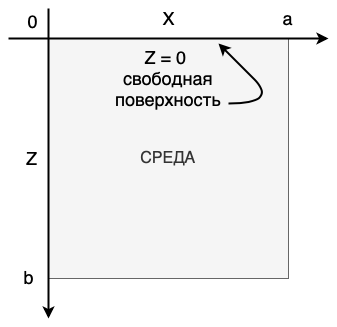
sadads1337/fft keeps this draw.io diagram as tex/img/env.png. Above is the earlier version. Source tidied: cells renumbered, new cells last; positions are measured from the earlier drawing's top-left corner, leaving out a move shared by most shapes. Its diagram source:
```xml
<mxGraphModel>
  <root>
    <mxCell id="0" />
    <mxCell id="1" parent="0" />
    <mxCell id="2" value="&lt;span&gt;&lt;font style=&quot;font-size: 16px&quot;&gt;СРЕДА&lt;/font&gt;&lt;/span&gt;" style="whiteSpace=wrap;html=1;strokeColor=#666666;fillColor=#f5f5f5;fontColor=#333333;fontStyle=0;" parent="1" vertex="1">
      <mxGeometry x="40" y="30" width="240" height="240" as="geometry" />
    </mxCell>
    <mxCell id="3" value="X" style="endArrow=classic;html=1;exitX=0;exitY=1;exitDx=0;exitDy=0;strokeWidth=2;fontSize=18;" parent="1" edge="1">
      <mxGeometry y="20" relative="1" as="geometry">
        <mxPoint y="30" as="sourcePoint" />
        <mxPoint x="320" y="30" as="targetPoint" />
      </mxGeometry>
    </mxCell>
    <mxCell id="4" value="Z" style="endArrow=classic;html=1;strokeWidth=2;align=right;fontSize=18;" parent="1" edge="1">
      <mxGeometry x="-0.03" y="-10" relative="1" as="geometry">
        <mxPoint x="40" as="sourcePoint" />
        <mxPoint x="40" y="310" as="targetPoint" />
      </mxGeometry>
    </mxCell>
    <mxCell id="5" value="Z = 0 &lt;br&gt;свободная поверхность" style="text;html=1;strokeColor=none;fillColor=none;align=center;verticalAlign=middle;whiteSpace=wrap;rounded=0;fontSize=18;" parent="1" vertex="1">
      <mxGeometry x="60" y="60" width="200" height="20" as="geometry" />
    </mxCell>
    <mxCell id="6" style="curved=1;endArrow=classic;html=1;strokeWidth=2;fontSize=18;" parent="1" edge="1">
      <mxGeometry relative="1" as="geometry">
        <mxPoint x="220" y="95" as="sourcePoint" />
        <mxPoint x="210" y="35" as="targetPoint" />
        <Array as="points">
          <mxPoint x="270" y="95" />
          <mxPoint x="220" y="45" />
        </Array>
      </mxGeometry>
    </mxCell>
    <mxCell id="7" value="a" style="text;html=1;strokeColor=none;fillColor=none;align=center;verticalAlign=middle;whiteSpace=wrap;rounded=0;fontSize=18;" parent="1" vertex="1">
      <mxGeometry x="260" width="40" height="20" as="geometry" />
    </mxCell>
    <mxCell id="8" value="b" style="text;html=1;strokeColor=none;fillColor=none;align=center;verticalAlign=middle;whiteSpace=wrap;rounded=0;fontSize=18;" parent="1" vertex="1">
      <mxGeometry x="1" y="259" width="40" height="20" as="geometry" />
    </mxCell>
    <mxCell id="9" value="0" style="text;html=1;strokeColor=none;fillColor=none;align=center;verticalAlign=middle;whiteSpace=wrap;rounded=0;fontSize=18;" parent="1" vertex="1">
      <mxGeometry x="5" y="3" width="40" height="20" as="geometry" />
    </mxCell>
  </root>
</mxGraphModel>
```
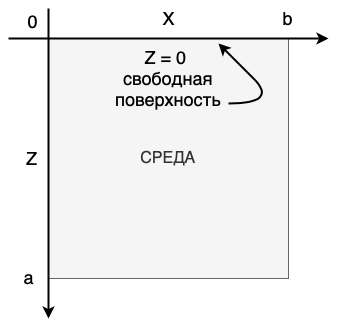
After the change.

Change to the diagram source:
```diff
@@ -30,10 +30,10 @@
         </Array>
       </mxGeometry>
     </mxCell>
-    <mxCell id="7" value="a" style="text;html=1;strokeColor=none;fillColor=none;align=center;verticalAlign=middle;whiteSpace=wrap;rounded=0;fontSize=18;" parent="1" vertex="1">
+    <mxCell id="7" value="b" style="text;html=1;strokeColor=none;fillColor=none;align=center;verticalAlign=middle;whiteSpace=wrap;rounded=0;fontSize=18;" parent="1" vertex="1">
       <mxGeometry x="260" width="40" height="20" as="geometry" />
     </mxCell>
-    <mxCell id="8" value="b" style="text;html=1;strokeColor=none;fillColor=none;align=center;verticalAlign=middle;whiteSpace=wrap;rounded=0;fontSize=18;" parent="1" vertex="1">
+    <mxCell id="8" value="a" style="text;html=1;strokeColor=none;fillColor=none;align=center;verticalAlign=middle;whiteSpace=wrap;rounded=0;fontSize=18;" parent="1" vertex="1">
       <mxGeometry x="1" y="259" width="40" height="20" as="geometry" />
     </mxCell>
     <mxCell id="9" value="0" style="text;html=1;strokeColor=none;fillColor=none;align=center;verticalAlign=middle;whiteSpace=wrap;rounded=0;fontSize=18;" parent="1" vertex="1">
```
